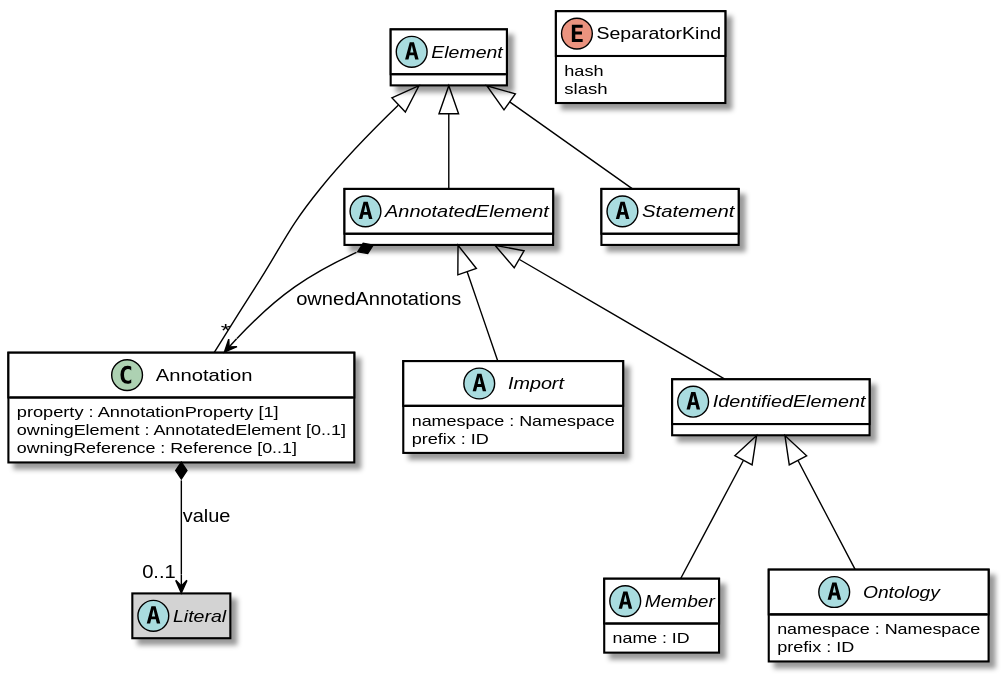
The PlantUML diagram images/oml-Elements.svg in opencaesar/oml, before a commit.
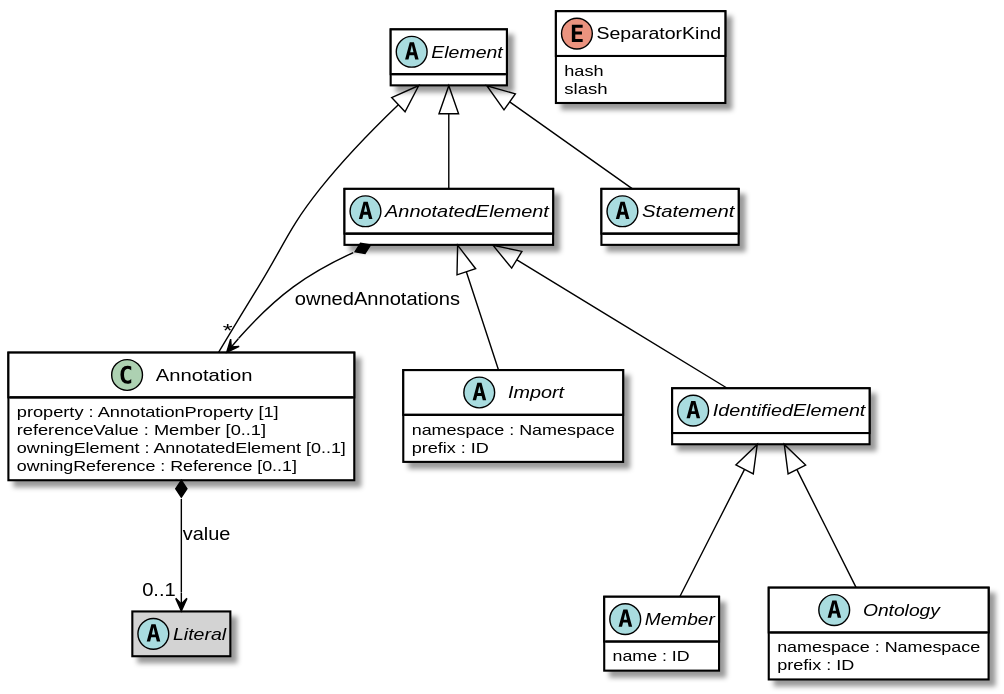
Later version of the same file.

The edit, as a diff of the source:
```diff
@@ -10,6 +10,7 @@
 AnnotatedElement *--> "*" Annotation : ownedAnnotations
 class Annotation [[#Annotation]] #white {
 	property : AnnotationProperty [1]
+	referenceValue : Member [0..1]
 	owningElement : AnnotatedElement [0..1]
 	owningReference : Reference [0..1]
 }
```
